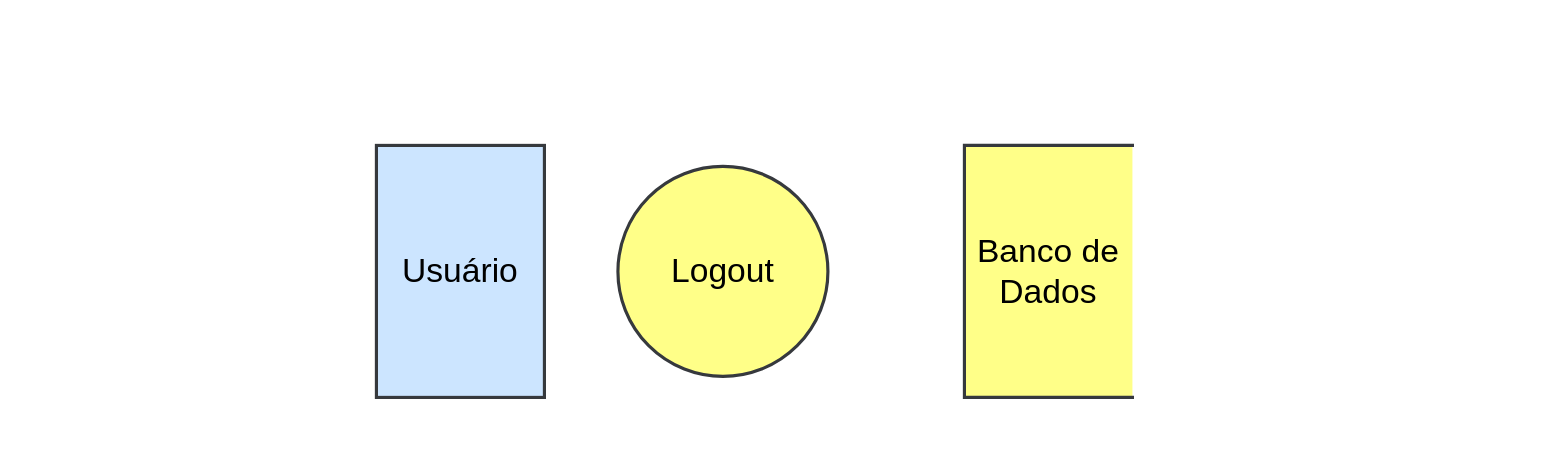
This is misc/diagramas/Diagrama de Fluxo de Dados Nível 0.drawio from VerbalThree/OpenVoice, a draw.io file, before an edit. Source tidied: cells renumbered, new cells numbered last; positions are measured from the earlier drawing's top-left corner, leaving out a move shared by most shapes. Both pictures are drawn from the tidied source at 105%, with x=0, y=0 at pixel (376, 145).
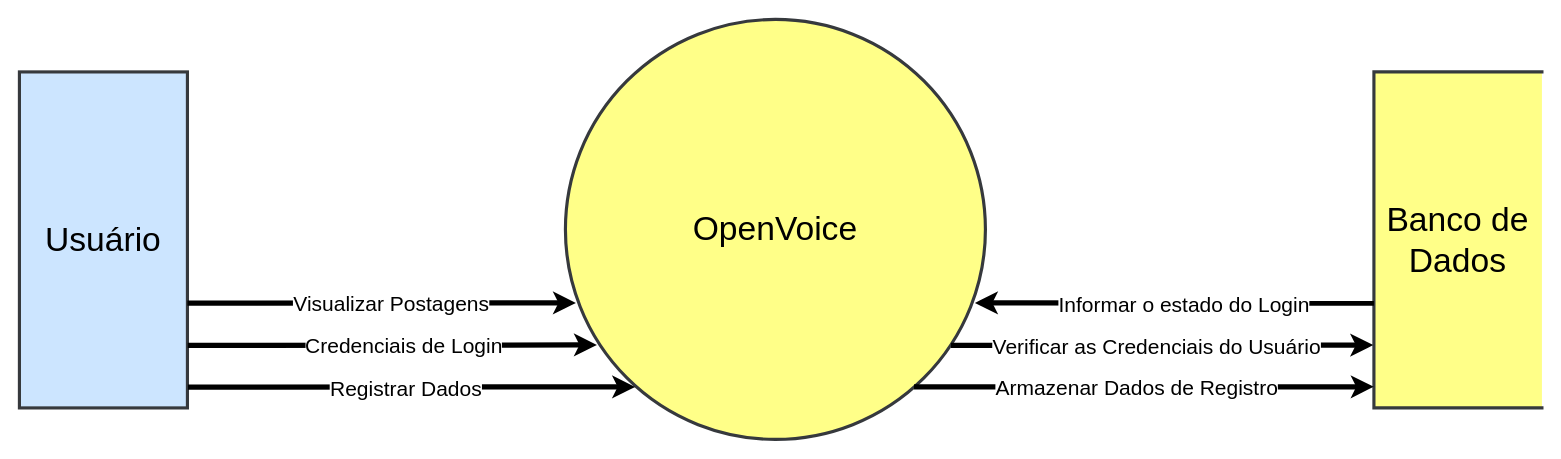
After the change.

Diff of the diagram source:
```diff
@@
 <mxGraphModel>
   <root>
     <mxCell id="0" />
     <mxCell id="1" parent="0" />
-    <mxCell id="2" value="&lt;font style=&quot;font-size: 32px;&quot;&gt;Logout&lt;/font&gt;" style="ellipse;whiteSpace=wrap;html=1;strokeWidth=3;fillColor=#ffff88;strokeColor=#36393d;" parent="1" vertex="1">
-      <mxGeometry x="230" y="20" width="200" height="200" as="geometry" />
+    <mxCell id="2" value="&lt;font style=&quot;font-size: 32px;&quot;&gt;OpenVoice&lt;br&gt;&lt;/font&gt;" style="ellipse;whiteSpace=wrap;html=1;strokeWidth=3;fillColor=#ffff88;strokeColor=#36393d;" parent="1" vertex="1">
+      <mxGeometry x="180" y="-120" width="400" height="400" as="geometry" />
     </mxCell>
     <mxCell id="3" value="&lt;font style=&quot;font-size: 32px;&quot;&gt;Usuário&lt;/font&gt;" style="html=1;dashed=0;whiteSpace=wrap;strokeWidth=3;fillColor=#cce5ff;strokeColor=#36393d;" parent="1" vertex="1">
-      <mxGeometry width="160" height="240" as="geometry" />
+      <mxGeometry x="-340" y="-70" width="160" height="320" as="geometry" />
     </mxCell>
     <mxCell id="4" value="&lt;font style=&quot;font-size: 32px;&quot;&gt;Banco de Dados&lt;br&gt;&lt;/font&gt;" style="html=1;dashed=0;whiteSpace=wrap;shape=partialRectangle;right=0;strokeWidth=3;fillColor=#ffff88;strokeColor=#36393d;" parent="1" vertex="1">
-      <mxGeometry x="560" width="160" height="240" as="geometry" />
+      <mxGeometry x="950" y="-70" width="160" height="320" as="geometry" />
     </mxCell>
+    <mxCell id="5" value="&amp;nbsp;" style="endArrow=classic;html=1;rounded=0;strokeWidth=5;exitX=1.003;exitY=0.938;exitDx=0;exitDy=0;entryX=0.166;entryY=0.875;entryDx=0;entryDy=0;exitPerimeter=0;startArrow=none;startFill=0;endFill=1;entryPerimeter=0;" parent="1" edge="1" source="3" target="2">
+      <mxGeometry relative="1" as="geometry" />
+    </mxCell>
+    <mxCell id="6" value="&lt;font style=&quot;font-size: 20px;&quot;&gt;Registrar Dados&lt;/font&gt;" style="edgeLabel;html=1;align=center;verticalAlign=middle;" parent="5" vertex="1">
+      <mxGeometry x="-0.03" relative="1" as="geometry" />
+    </mxCell>
+    <mxCell id="7" value="&amp;nbsp;" style="endArrow=classic;html=1;rounded=0;strokeWidth=5;exitX=0.83;exitY=0.875;exitDx=0;exitDy=0;entryX=-0.001;entryY=0.937;entryDx=0;entryDy=0;startArrow=none;startFill=0;endFill=1;entryPerimeter=0;exitPerimeter=0;" parent="1" edge="1" source="2" target="4">
+      <mxGeometry relative="1" as="geometry" />
+    </mxCell>
+    <mxCell id="8" value="&lt;font style=&quot;font-size: 20px;&quot;&gt;Armazenar Dados de Registro&lt;br&gt;&lt;/font&gt;" style="edgeLabel;html=1;align=center;verticalAlign=middle;" parent="7" vertex="1">
+      <mxGeometry x="-0.03" relative="1" as="geometry" />
+    </mxCell>
+    <mxCell id="9" style="endArrow=classic;html=1;rounded=0;strokeWidth=5;endFill=1;exitX=1.002;exitY=0.814;exitDx=0;exitDy=0;exitPerimeter=0;entryX=0.075;entryY=0.775;entryDx=0;entryDy=0;entryPerimeter=0;" parent="1" edge="1" source="3" target="2">
+      <mxGeometry relative="1" as="geometry" />
+    </mxCell>
+    <mxCell id="10" value="&lt;font style=&quot;font-size: 20px;&quot;&gt;Credenciais de Login&lt;br&gt;&lt;/font&gt;" style="edgeLabel;html=1;align=center;verticalAlign=middle;" parent="9" vertex="1">
+      <mxGeometry x="0.05" y="1" relative="1" as="geometry" />
+    </mxCell>
+    <mxCell id="11" style="endArrow=classic;html=1;rounded=0;strokeWidth=5;endFill=1;exitX=0.918;exitY=0.776;exitDx=0;exitDy=0;entryX=-0.004;entryY=0.813;entryDx=0;entryDy=0;entryPerimeter=0;startArrow=none;startFill=0;exitPerimeter=0;" parent="1" edge="1" source="2" target="4">
+      <mxGeometry relative="1" as="geometry" />
+    </mxCell>
+    <mxCell id="12" value="&lt;font style=&quot;font-size: 20px;&quot;&gt;Verificar as Credenciais do Usuário&lt;br&gt;&lt;/font&gt;" style="edgeLabel;html=1;align=center;verticalAlign=middle;" parent="11" vertex="1">
+      <mxGeometry x="-0.16" relative="1" as="geometry">
+        <mxPoint x="26" as="offset" />
+      </mxGeometry>
+    </mxCell>
+    <mxCell id="13" style="endArrow=none;html=1;rounded=0;strokeWidth=5;endFill=0;entryX=0;entryY=0.688;entryDx=0;entryDy=0;entryPerimeter=0;startArrow=classic;startFill=1;exitX=0.975;exitY=0.675;exitDx=0;exitDy=0;exitPerimeter=0;" parent="1" edge="1" source="2" target="4">
+      <mxGeometry relative="1" as="geometry" />
+    </mxCell>
+    <mxCell id="14" value="&lt;font style=&quot;font-size: 20px;&quot;&gt;Informar o estado do Login&lt;br&gt;&lt;/font&gt;" style="edgeLabel;html=1;align=center;verticalAlign=middle;" parent="13" vertex="1">
+      <mxGeometry x="-0.16" relative="1" as="geometry">
+        <mxPoint x="39" as="offset" />
+      </mxGeometry>
+    </mxCell>
+    <mxCell id="15" style="endArrow=classic;html=1;rounded=0;strokeWidth=5;endFill=1;exitX=1;exitY=0.688;exitDx=0;exitDy=0;exitPerimeter=0;entryX=0.025;entryY=0.675;entryDx=0;entryDy=0;entryPerimeter=0;" parent="1" edge="1" source="3" target="2">
+      <mxGeometry relative="1" as="geometry" />
+    </mxCell>
+    <mxCell id="16" value="&lt;font style=&quot;font-size: 20px;&quot;&gt;Visualizar Postagens&lt;br&gt;&lt;/font&gt;" style="edgeLabel;html=1;align=center;verticalAlign=middle;" parent="15" vertex="1">
+      <mxGeometry x="0.05" y="1" relative="1" as="geometry" />
+    </mxCell>
   </root>
 </mxGraphModel>
```
